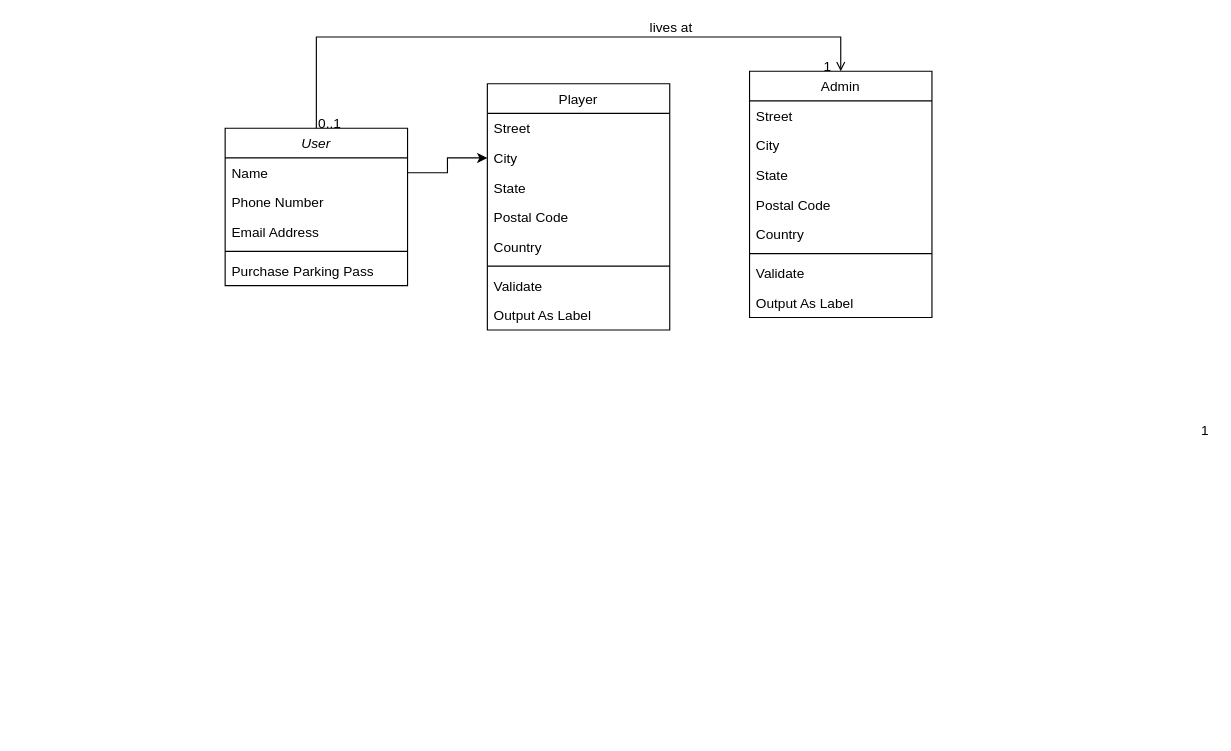
This is HCIDiagrams.drawio from yzy21cs/Diagrams, a draw.io file, before an edit. Source tidied: cells renumbered, new cells numbered last; positions are measured from the earlier drawing's top-left corner, leaving out a move shared by most shapes. Both pictures are drawn from the tidied source at 114%, with x=0, y=0 at pixel (225, 36).
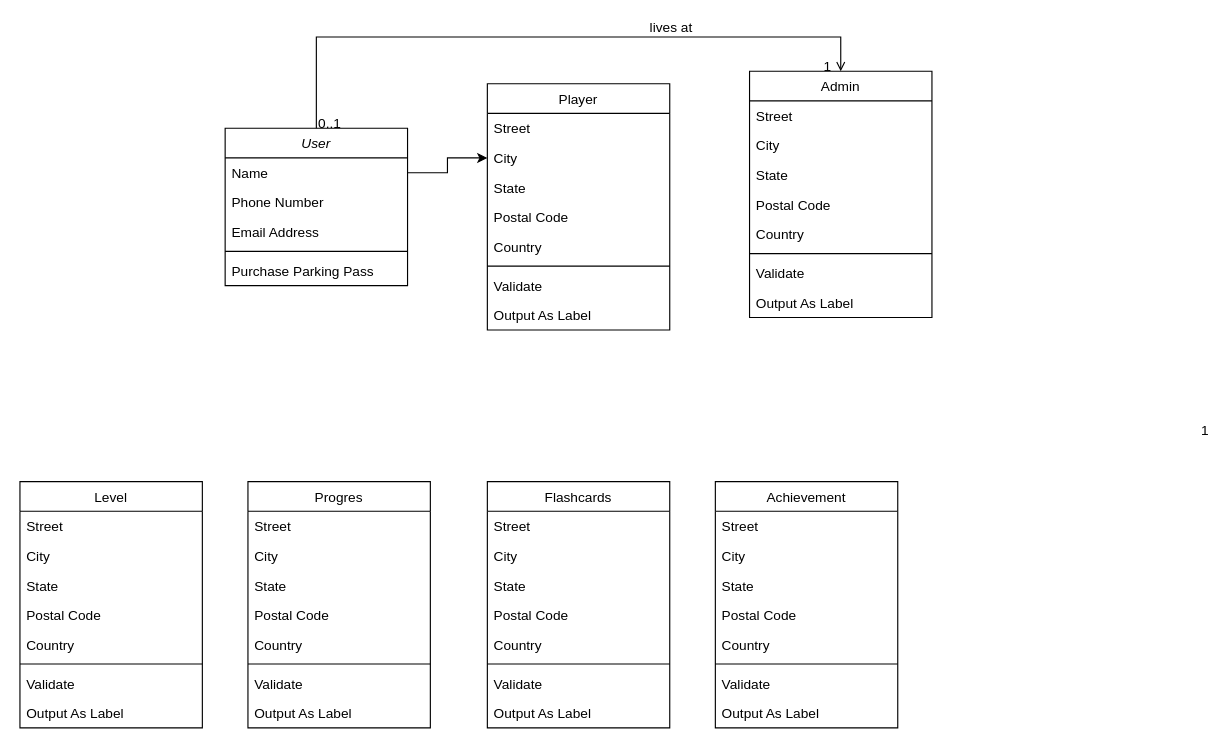
After the change.

Change to the diagram source:
```diff
@@
+    <mxCell id="32" value="Level" style="swimlane;fontStyle=0;align=center;verticalAlign=top;horizontal=1;startSize=26;rounded=0;shadow=0;strokeWidth=1;" parent="1" vertex="1">
+      <mxGeometry x="-180" y="390" width="160" height="216" as="geometry" />
+    </mxCell>
+    <mxCell id="33" value="Street" style="text;align=left;verticalAlign=top;spacingLeft=4;spacingRight=4;overflow=hidden;" parent="32" vertex="1">
+      <mxGeometry y="26" width="160" height="26" as="geometry" />
+    </mxCell>
+    <mxCell id="34" value="City" style="text;align=left;verticalAlign=top;spacingLeft=4;spacingRight=4;overflow=hidden;rounded=0;shadow=0;html=0;" parent="32" vertex="1">
+      <mxGeometry y="52" width="160" height="26" as="geometry" />
+    </mxCell>
+    <mxCell id="35" value="State" style="text;align=left;verticalAlign=top;spacingLeft=4;spacingRight=4;overflow=hidden;rounded=0;shadow=0;html=0;" parent="32" vertex="1">
+      <mxGeometry y="78" width="160" height="26" as="geometry" />
+    </mxCell>
+    <mxCell id="36" value="Postal Code" style="text;align=left;verticalAlign=top;spacingLeft=4;spacingRight=4;overflow=hidden;rounded=0;shadow=0;html=0;" parent="32" vertex="1">
+      <mxGeometry y="104" width="160" height="26" as="geometry" />
+    </mxCell>
+    <mxCell id="37" value="Country" style="text;align=left;verticalAlign=top;spacingLeft=4;spacingRight=4;overflow=hidden;rounded=0;shadow=0;html=0;" parent="32" vertex="1">
+      <mxGeometry y="130" width="160" height="26" as="geometry" />
+    </mxCell>
+    <mxCell id="38" style="line;html=1;strokeWidth=1;align=left;verticalAlign=middle;spacingTop=-1;spacingLeft=3;spacingRight=3;labelPosition=right;" parent="32" vertex="1">
+      <mxGeometry y="156" width="160" height="8" as="geometry" />
+    </mxCell>
+    <mxCell id="39" value="Validate" style="text;align=left;verticalAlign=top;spacingLeft=4;spacingRight=4;overflow=hidden;" parent="32" vertex="1">
+      <mxGeometry y="164" width="160" height="26" as="geometry" />
+    </mxCell>
+    <mxCell id="40" value="Output As Label" style="text;align=left;verticalAlign=top;spacingLeft=4;spacingRight=4;overflow=hidden;" parent="32" vertex="1">
+      <mxGeometry y="190" width="160" height="26" as="geometry" />
+    </mxCell>
+    <mxCell id="41" value="Progres" style="swimlane;fontStyle=0;align=center;verticalAlign=top;horizontal=1;startSize=26;rounded=0;shadow=0;strokeWidth=1;" parent="1" vertex="1">
+      <mxGeometry x="20" y="390" width="160" height="216" as="geometry" />
+    </mxCell>
+    <mxCell id="42" value="Street" style="text;align=left;verticalAlign=top;spacingLeft=4;spacingRight=4;overflow=hidden;" parent="41" vertex="1">
+      <mxGeometry y="26" width="160" height="26" as="geometry" />
+    </mxCell>
+    <mxCell id="43" value="City" style="text;align=left;verticalAlign=top;spacingLeft=4;spacingRight=4;overflow=hidden;rounded=0;shadow=0;html=0;" parent="41" vertex="1">
+      <mxGeometry y="52" width="160" height="26" as="geometry" />
+    </mxCell>
+    <mxCell id="44" value="State" style="text;align=left;verticalAlign=top;spacingLeft=4;spacingRight=4;overflow=hidden;rounded=0;shadow=0;html=0;" parent="41" vertex="1">
+      <mxGeometry y="78" width="160" height="26" as="geometry" />
+    </mxCell>
+    <mxCell id="45" value="Postal Code" style="text;align=left;verticalAlign=top;spacingLeft=4;spacingRight=4;overflow=hidden;rounded=0;shadow=0;html=0;" parent="41" vertex="1">
+      <mxGeometry y="104" width="160" height="26" as="geometry" />
+    </mxCell>
+    <mxCell id="46" value="Country" style="text;align=left;verticalAlign=top;spacingLeft=4;spacingRight=4;overflow=hidden;rounded=0;shadow=0;html=0;" parent="41" vertex="1">
+      <mxGeometry y="130" width="160" height="26" as="geometry" />
+    </mxCell>
+    <mxCell id="47" style="line;html=1;strokeWidth=1;align=left;verticalAlign=middle;spacingTop=-1;spacingLeft=3;spacingRight=3;labelPosition=right;" parent="41" vertex="1">
+      <mxGeometry y="156" width="160" height="8" as="geometry" />
+    </mxCell>
+    <mxCell id="48" value="Validate" style="text;align=left;verticalAlign=top;spacingLeft=4;spacingRight=4;overflow=hidden;" parent="41" vertex="1">
+      <mxGeometry y="164" width="160" height="26" as="geometry" />
+    </mxCell>
+    <mxCell id="49" value="Output As Label" style="text;align=left;verticalAlign=top;spacingLeft=4;spacingRight=4;overflow=hidden;" parent="41" vertex="1">
+      <mxGeometry y="190" width="160" height="26" as="geometry" />
+    </mxCell>
+    <mxCell id="50" value="Flashcards" style="swimlane;fontStyle=0;align=center;verticalAlign=top;horizontal=1;startSize=26;rounded=0;shadow=0;strokeWidth=1;" parent="1" vertex="1">
+      <mxGeometry x="230" y="390" width="160" height="216" as="geometry" />
+    </mxCell>
+    <mxCell id="51" value="Street" style="text;align=left;verticalAlign=top;spacingLeft=4;spacingRight=4;overflow=hidden;" parent="50" vertex="1">
+      <mxGeometry y="26" width="160" height="26" as="geometry" />
+    </mxCell>
+    <mxCell id="52" value="City" style="text;align=left;verticalAlign=top;spacingLeft=4;spacingRight=4;overflow=hidden;rounded=0;shadow=0;html=0;" parent="50" vertex="1">
+      <mxGeometry y="52" width="160" height="26" as="geometry" />
+    </mxCell>
+    <mxCell id="53" value="State" style="text;align=left;verticalAlign=top;spacingLeft=4;spacingRight=4;overflow=hidden;rounded=0;shadow=0;html=0;" parent="50" vertex="1">
+      <mxGeometry y="78" width="160" height="26" as="geometry" />
+    </mxCell>
+    <mxCell id="54" value="Postal Code" style="text;align=left;verticalAlign=top;spacingLeft=4;spacingRight=4;overflow=hidden;rounded=0;shadow=0;html=0;" parent="50" vertex="1">
+      <mxGeometry y="104" width="160" height="26" as="geometry" />
+    </mxCell>
+    <mxCell id="55" value="Country" style="text;align=left;verticalAlign=top;spacingLeft=4;spacingRight=4;overflow=hidden;rounded=0;shadow=0;html=0;" parent="50" vertex="1">
+      <mxGeometry y="130" width="160" height="26" as="geometry" />
+    </mxCell>
+    <mxCell id="56" style="line;html=1;strokeWidth=1;align=left;verticalAlign=middle;spacingTop=-1;spacingLeft=3;spacingRight=3;labelPosition=right;" parent="50" vertex="1">
+      <mxGeometry y="156" width="160" height="8" as="geometry" />
+    </mxCell>
+    <mxCell id="57" value="Validate" style="text;align=left;verticalAlign=top;spacingLeft=4;spacingRight=4;overflow=hidden;" parent="50" vertex="1">
+      <mxGeometry y="164" width="160" height="26" as="geometry" />
+    </mxCell>
+    <mxCell id="58" value="Output As Label" style="text;align=left;verticalAlign=top;spacingLeft=4;spacingRight=4;overflow=hidden;" parent="50" vertex="1">
+      <mxGeometry y="190" width="160" height="26" as="geometry" />
+    </mxCell>
+    <mxCell id="59" value="Achievement" style="swimlane;fontStyle=0;align=center;verticalAlign=top;horizontal=1;startSize=26;rounded=0;shadow=0;strokeWidth=1;" parent="1" vertex="1">
+      <mxGeometry x="430" y="390" width="160" height="216" as="geometry" />
+    </mxCell>
+    <mxCell id="60" value="Street" style="text;align=left;verticalAlign=top;spacingLeft=4;spacingRight=4;overflow=hidden;" parent="59" vertex="1">
+      <mxGeometry y="26" width="160" height="26" as="geometry" />
+    </mxCell>
+    <mxCell id="61" value="City" style="text;align=left;verticalAlign=top;spacingLeft=4;spacingRight=4;overflow=hidden;rounded=0;shadow=0;html=0;" parent="59" vertex="1">
+      <mxGeometry y="52" width="160" height="26" as="geometry" />
+    </mxCell>
+    <mxCell id="62" value="State" style="text;align=left;verticalAlign=top;spacingLeft=4;spacingRight=4;overflow=hidden;rounded=0;shadow=0;html=0;" parent="59" vertex="1">
+      <mxGeometry y="78" width="160" height="26" as="geometry" />
+    </mxCell>
+    <mxCell id="63" value="Postal Code" style="text;align=left;verticalAlign=top;spacingLeft=4;spacingRight=4;overflow=hidden;rounded=0;shadow=0;html=0;" parent="59" vertex="1">
+      <mxGeometry y="104" width="160" height="26" as="geometry" />
+    </mxCell>
+    <mxCell id="64" value="Country" style="text;align=left;verticalAlign=top;spacingLeft=4;spacingRight=4;overflow=hidden;rounded=0;shadow=0;html=0;" parent="59" vertex="1">
+      <mxGeometry y="130" width="160" height="26" as="geometry" />
+    </mxCell>
+    <mxCell id="65" style="line;html=1;strokeWidth=1;align=left;verticalAlign=middle;spacingTop=-1;spacingLeft=3;spacingRight=3;labelPosition=right;" parent="59" vertex="1">
+      <mxGeometry y="156" width="160" height="8" as="geometry" />
+    </mxCell>
+    <mxCell id="66" value="Validate" style="text;align=left;verticalAlign=top;spacingLeft=4;spacingRight=4;overflow=hidden;" parent="59" vertex="1">
+      <mxGeometry y="164" width="160" height="26" as="geometry" />
+    </mxCell>
+    <mxCell id="67" value="Output As Label" style="text;align=left;verticalAlign=top;spacingLeft=4;spacingRight=4;overflow=hidden;" parent="59" vertex="1">
+      <mxGeometry y="190" width="160" height="26" as="geometry" />
+    </mxCell>
```
